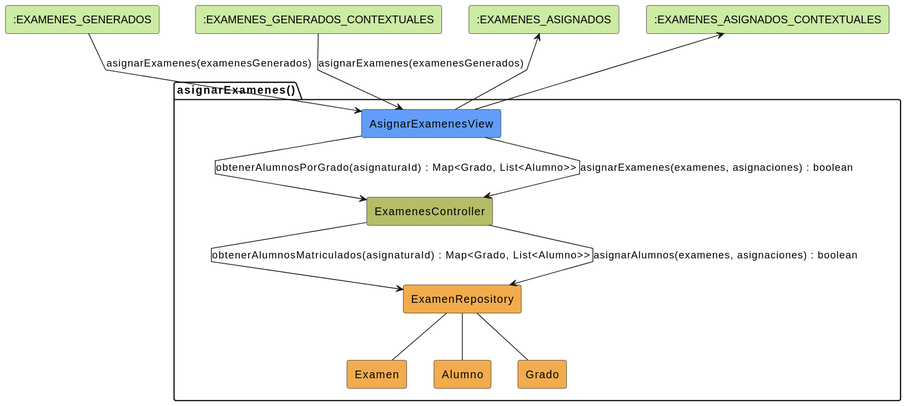
Earlier version of the PlantUML export images/analisis/asignarExamenes/colaboracion.svg (martinlopez7/25-26-idsw2-sdVC).
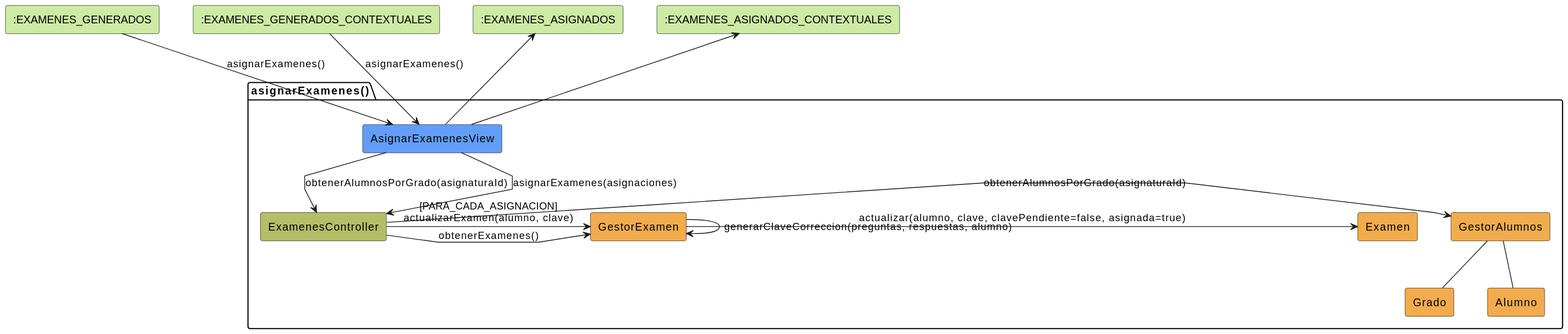
After the change.

Commit message:
fix: correccion analisis asignarExamenes

Change to the diagram source:
```diff
@@ -9,23 +9,29 @@
 package asignarExamenes as "asignarExamenes()" {
     rectangle #629EF9 AsignarExamenesView
     rectangle #b5bd68 ExamenesController
-    rectangle #F2AC4E ExamenRepository
+    rectangle #F2AC4E GestorExamen
+    rectangle #F2AC4E GestorAlumnos
     rectangle #F2AC4E Examen
+    rectangle #F2AC4E Grado
     rectangle #F2AC4E Alumno
-    rectangle #F2AC4E Grado
 }
 
-ExamGenerados --> AsignarExamenesView: asignarExamenes(examenesGenerados)
-ExamGeneradosContext --> AsignarExamenesView: asignarExamenes(examenesGenerados)
+ExamGenerados --> AsignarExamenesView: asignarExamenes()
+ExamGeneradosContext --> AsignarExamenesView: asignarExamenes()
 
-AsignarExamenesView -d-> ExamenesController: obtenerAlumnosPorGrado(asignaturaId) : Map<Grado, List<Alumno>>
-ExamenesController --> ExamenRepository: obtenerAlumnosMatriculados(asignaturaId) : Map<Grado, List<Alumno>>
-ExamenRepository -- Alumno
-ExamenRepository -- Grado
+AsignarExamenesView -d-> ExamenesController: obtenerAlumnosPorGrado(asignaturaId)
 
-AsignarExamenesView --> ExamenesController: asignarExamenes(examenes, asignaciones) : boolean
-ExamenesController --> ExamenRepository: asignarAlumnos(examenes, asignaciones) : boolean
-ExamenRepository -- Examen
+ExamenesController -> GestorAlumnos: obtenerAlumnosPorGrado(asignaturaId)
+GestorAlumnos -- Grado
+GestorAlumnos -- Alumno
+
+AsignarExamenesView --> ExamenesController: asignarExamenes(asignaciones)
+
+ExamenesController -> GestorExamen: obtenerExamenes()
+
+ExamenesController -> GestorExamen: [PARA_CADA_ASIGNACION]\nactualizarExamen(alumno, clave)
+GestorExamen -> GestorExamen: generarClaveCorreccion(preguntas, respuestas, alumno)
+GestorExamen -> Examen: actualizar(alumno, clave, clavePendiente=false, asignada=true)
 
 ExamAsignados <-- AsignarExamenesView
 ExamAsignadosContext <-- AsignarExamenesView
```
